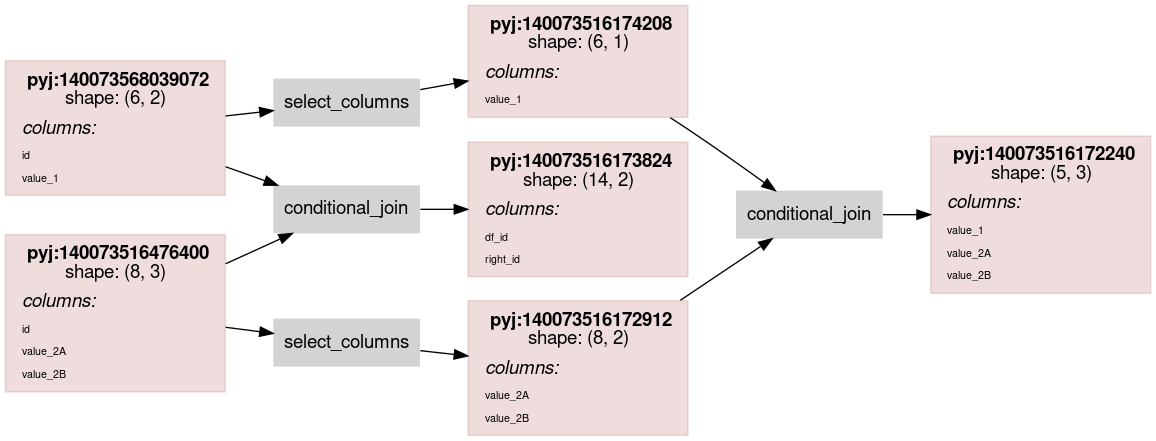
This is scripts/rdflog/conditional_join.ttl.dot.png from asmirnov69/pyjviz-poc, a Graphviz export, as it was before one commit. Its source is kept beside it as scripts/rdflog/conditional_join.ttl.dot.
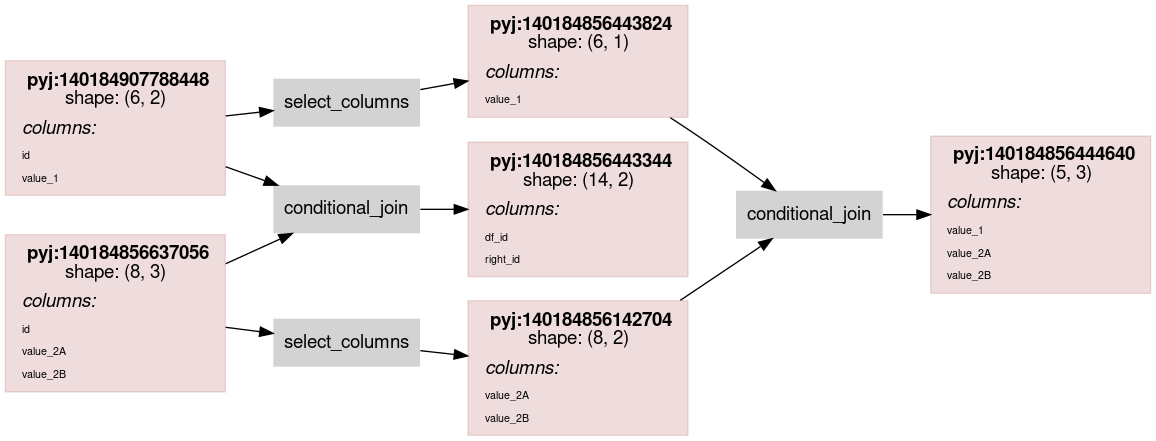
Later version of the same file.

Diff of the diagram source:
```diff
@@ -14,7 +14,7 @@
                 color="#88000022"
                 shape = rect
                 label = <<table border="0" cellborder="0" cellspacing="0" cellpadding="4">
-                         <tr> <td> <b>pyj:140073568039072</b><br/>shape: (6, 2)</td> </tr>
+                         <tr> <td> <b>pyj:140184907788448</b><br/>shape: (6, 2)</td> </tr>
                          <tr> <td align="left"><i>columns:</i><br align="left"/></td></tr>
                 <tr><td align="left"><FONT POINT-SIZE="8px">id</FONT></td></tr>
 <tr><td align="left"><FONT POINT-SIZE="8px">value_1</FONT></td></tr>
@@ -24,7 +24,7 @@
                 color="#88000022"
                 shape = rect
                 label = <<table border="0" cellborder="0" cellspacing="0" cellpadding="4">
-                         <tr> <td> <b>pyj:140073516173824</b><br/>shape: (14, 2)</td> </tr>
+                         <tr> <td> <b>pyj:140184856443344</b><br/>shape: (14, 2)</td> </tr>
                          <tr> <td align="left"><i>columns:</i><br align="left"/></td></tr>
                 <tr><td align="left"><FONT POINT-SIZE="8px">df_id</FONT></td></tr>
 <tr><td align="left"><FONT POINT-SIZE="8px">right_id</FONT></td></tr>
@@ -34,7 +34,7 @@
                 color="#88000022"
                 shape = rect
                 label = <<table border="0" cellborder="0" cellspacing="0" cellpadding="4">
-                         <tr> <td> <b>pyj:140073516476400</b><br/>shape: (8, 3)</td> </tr>
+                         <tr> <td> <b>pyj:140184856637056</b><br/>shape: (8, 3)</td> </tr>
                          <tr> <td align="left"><i>columns:</i><br align="left"/></td></tr>
                 <tr><td align="left"><FONT POINT-SIZE="8px">id</FONT></td></tr>
 <tr><td align="left"><FONT POINT-SIZE="8px">value_2A</FONT></td></tr>
@@ -45,7 +45,7 @@
                 color="#88000022"
                 shape = rect
                 label = <<table border="0" cellborder="0" cellspacing="0" cellpadding="4">
-                         <tr> <td> <b>pyj:140073516174208</b><br/>shape: (6, 1)</td> </tr>
+                         <tr> <td> <b>pyj:140184856443824</b><br/>shape: (6, 1)</td> </tr>
                          <tr> <td align="left"><i>columns:</i><br align="left"/></td></tr>
                 <tr><td align="left"><FONT POINT-SIZE="8px">value_1</FONT></td></tr>
                          </table>>
@@ -54,7 +54,7 @@
                 color="#88000022"
                 shape = rect
                 label = <<table border="0" cellborder="0" cellspacing="0" cellpadding="4">
-                         <tr> <td> <b>pyj:140073516172912</b><br/>shape: (8, 2)</td> </tr>
+                         <tr> <td> <b>pyj:140184856142704</b><br/>shape: (8, 2)</td> </tr>
                          <tr> <td align="left"><i>columns:</i><br align="left"/></td></tr>
                 <tr><td align="left"><FONT POINT-SIZE="8px">value_2A</FONT></td></tr>
 <tr><td align="left"><FONT POINT-SIZE="8px">value_2B</FONT></td></tr>
@@ -64,7 +64,7 @@
                 color="#88000022"
                 shape = rect
                 label = <<table border="0" cellborder="0" cellspacing="0" cellpadding="4">
-                         <tr> <td> <b>pyj:140073516172240</b><br/>shape: (5, 3)</td> </tr>
+                         <tr> <td> <b>pyj:140184856444640</b><br/>shape: (5, 3)</td> </tr>
                          <tr> <td align="left"><i>columns:</i><br align="left"/></td></tr>
                 <tr><td align="left"><FONT POINT-SIZE="8px">value_1</FONT></td></tr>
 <tr><td align="left"><FONT POINT-SIZE="8px">value_2A</FONT></td></tr>
```
